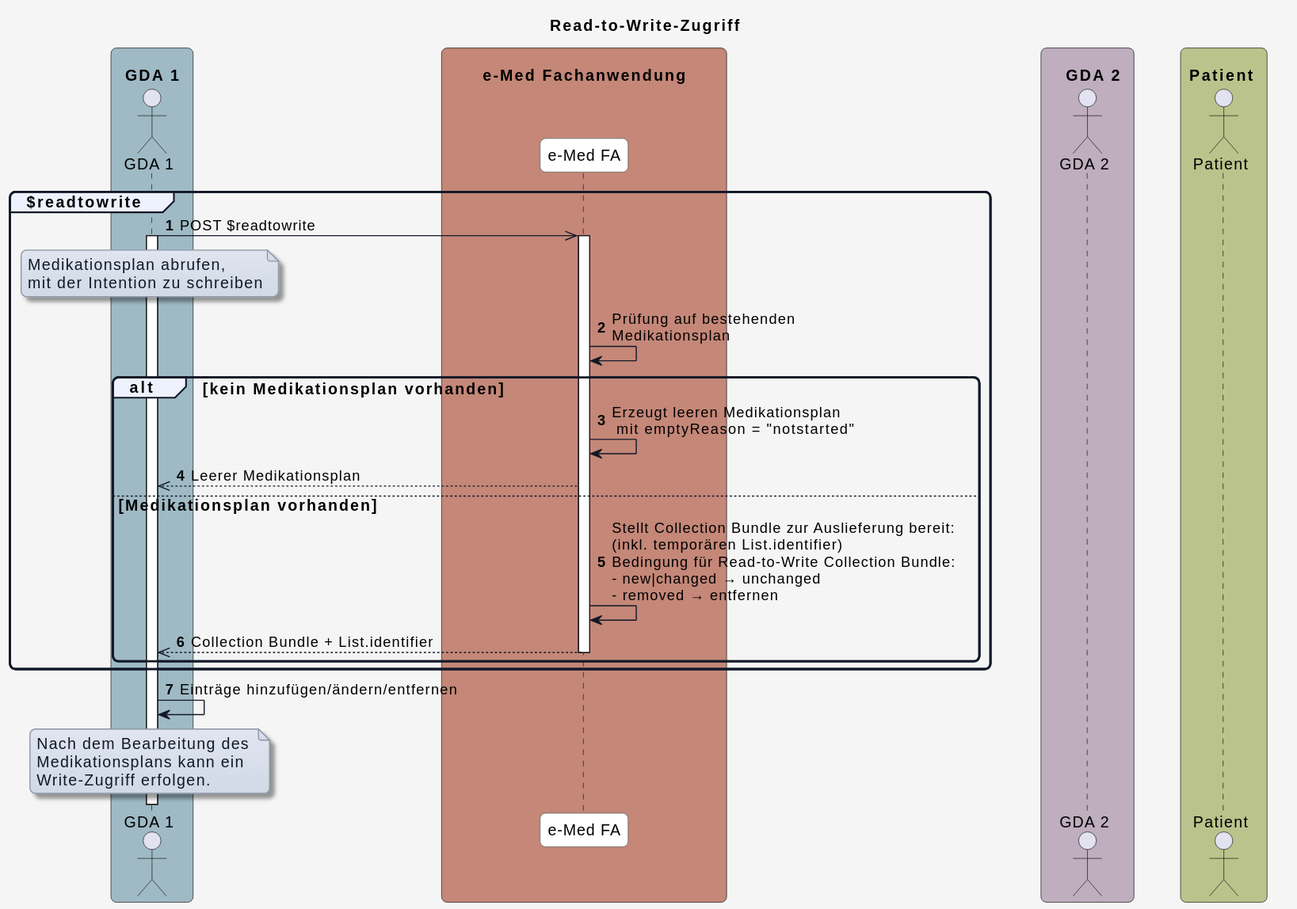
The PlantUML diagram r4-ELGA-e-Medikation-main/plantuml/diagram_readtowrite.svg in HL7Austria/hl7austria.github.io, before a commit.
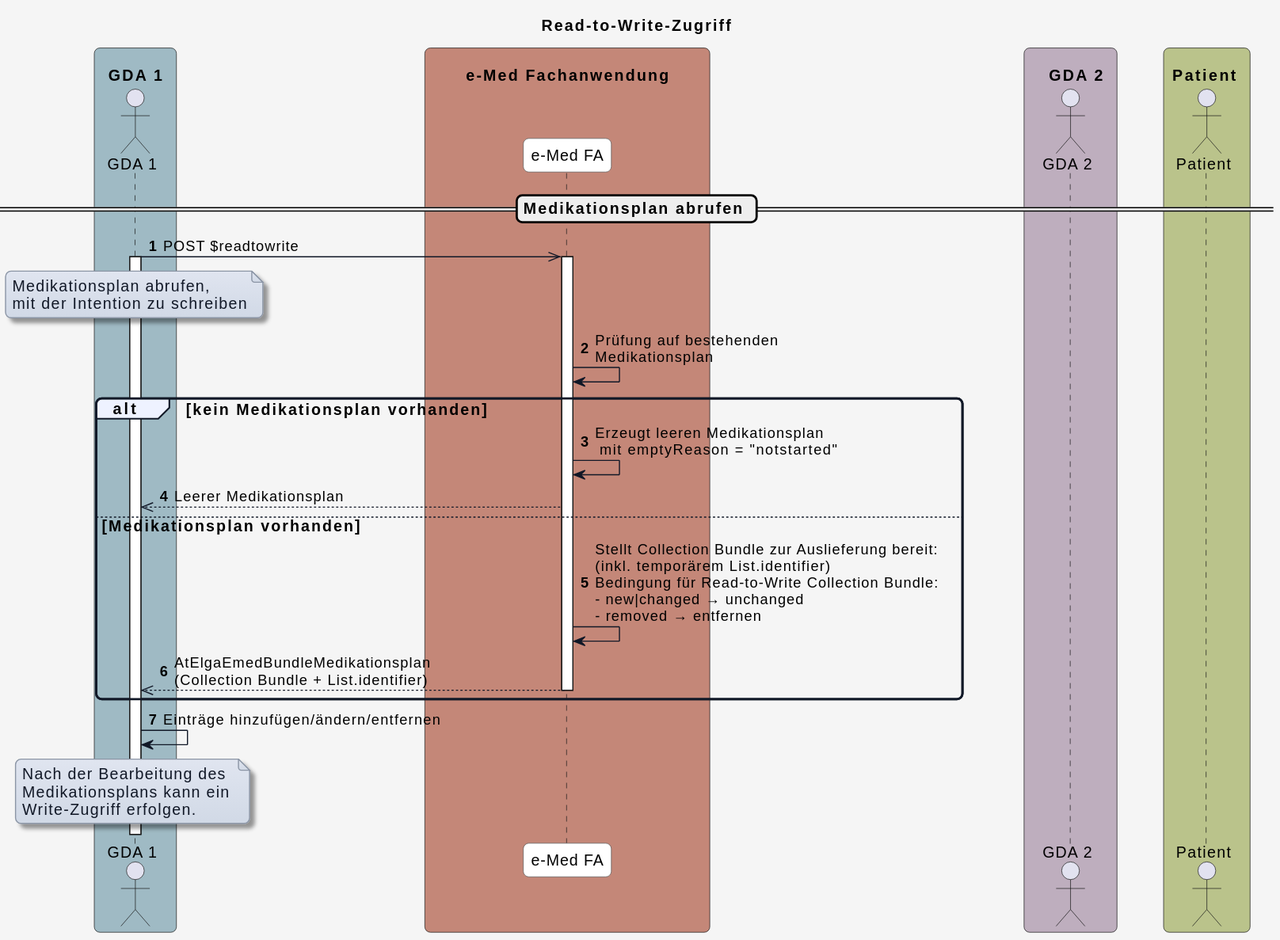
Above is the later version.

Change to the diagram source:
```diff
@@ -59,36 +59,34 @@
 
 autonumber
 
+== Medikationsplan abrufen ==
 
-group $readtowrite
+GDA_1 ->> eMed_FA: POST $readtowrite
+activate GDA_1
 
-  GDA_1 ->> eMed_FA: POST $readtowrite
-  activate GDA_1
+note over GDA_1
+Medikationsplan abrufen,
+mit der Intention zu schreiben
+end note
 
-  note over GDA_1
-  Medikationsplan abrufen,
-  mit der Intention zu schreiben
-  end note
+activate eMed_FA
+eMed_FA -> eMed_FA: Prüfung auf bestehenden\nMedikationsplan
 
-  activate eMed_FA
-  eMed_FA -> eMed_FA: Prüfung auf bestehenden\nMedikationsplan
+alt kein Medikationsplan vorhanden
+  eMed_FA -> eMed_FA: Erzeugt leeren Medikationsplan\n mit emptyReason = "notstarted"
+  eMed_FA -->> GDA_1: Leerer Medikationsplan
 
-  alt kein Medikationsplan vorhanden
-    eMed_FA -> eMed_FA: Erzeugt leeren Medikationsplan\n mit emptyReason = "notstarted"
-    eMed_FA -->> GDA_1: Leerer Medikationsplan
+else Medikationsplan vorhanden
+  eMed_FA -> eMed_FA: Stellt Collection Bundle zur Auslieferung bereit:\n(inkl. temporärem List.identifier)\nBedingung für Read-to-Write Collection Bundle:\n- new|changed → unchanged\n- removed → entfernen
+  eMed_FA -->> GDA_1: AtElgaEmedBundleMedikationsplan\n(Collection Bundle + List.identifier)
+  deactivate eMed_FA
+end
 
-  else Medikationsplan vorhanden
-    eMed_FA -> eMed_FA: Stellt Collection Bundle zur Auslieferung bereit:\n(inkl. temporären List.identifier)\nBedingung für Read-to-Write Collection Bundle:\n- new|changed → unchanged\n- removed → entfernen
-    eMed_FA -->> GDA_1: Collection Bundle + List.identifier
-    deactivate eMed_FA
-  end
-
-end
 
 GDA_1 -> GDA_1: Einträge hinzufügen/ändern/entfernen
 
 note over GDA_1
-Nach dem Bearbeitung des
+Nach der Bearbeitung des
 Medikationsplans kann ein
 Write-Zugriff erfolgen.
 end note
```
